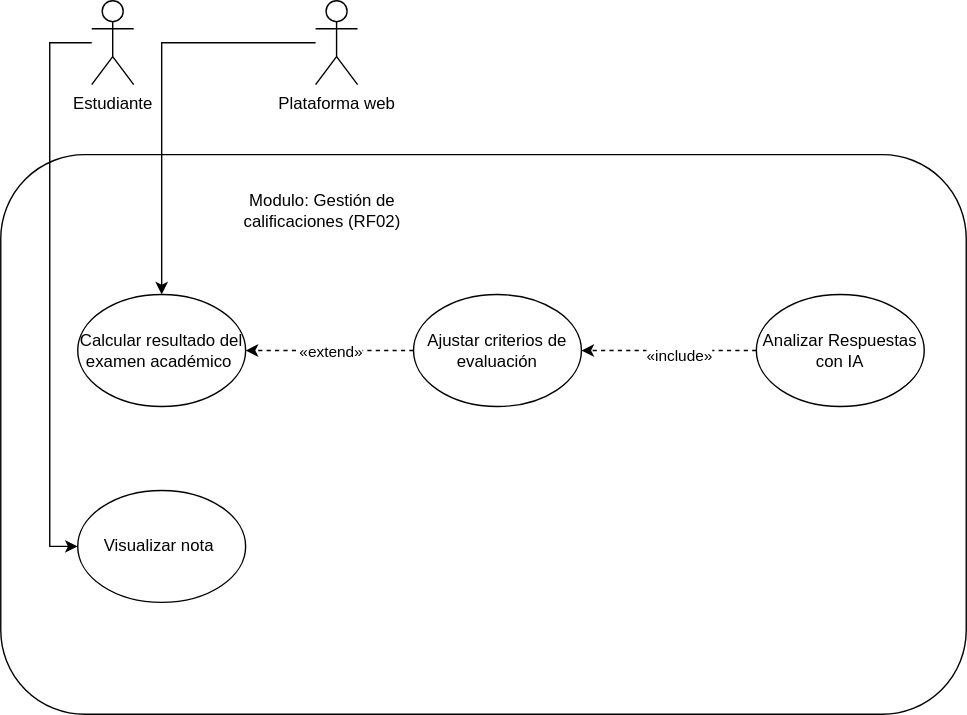
Earlier version of the draw.io export docs/diagrams/usecases/UCD-gestionDeCalificaciones.svg (Juanb7737/calificia). Source tidied: cells renumbered, new cells last; positions are measured from the earlier drawing's top-left corner, leaving out a move shared by most shapes.
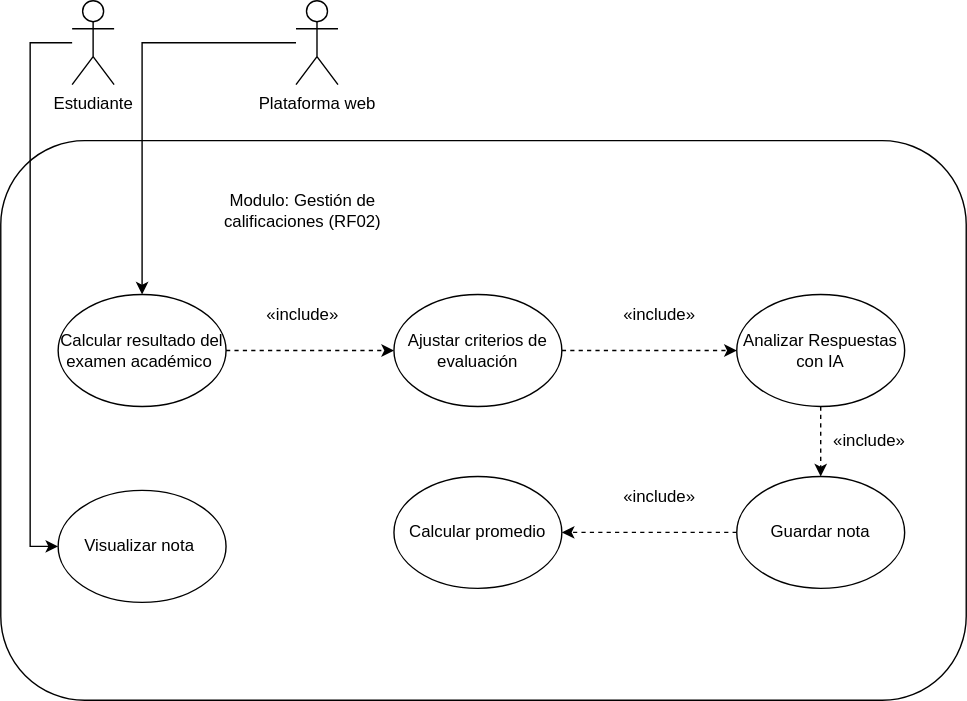
The same diagram one commit later.

What changed in the source:
```diff
@@ -3,30 +3,23 @@
     <mxCell id="0" />
     <mxCell id="1" parent="0" />
     <mxCell id="2" style="rounded=1;whiteSpace=wrap;html=1;" parent="1" vertex="1">
-      <mxGeometry y="110" width="690" height="400" as="geometry" />
+      <mxGeometry x="14" y="100" width="690" height="400" as="geometry" />
     </mxCell>
+    <mxCell id="16" style="edgeStyle=orthogonalEdgeStyle;rounded=0;jettySize=auto;html=1;exitX=1;exitY=0.5;exitDx=0;exitDy=0;dashed=1;" parent="1" edge="1" source="3" target="9">
+      <mxGeometry relative="1" as="geometry" />
+    </mxCell>
     <mxCell id="3" value="Calcular resultado del examen académico&amp;nbsp;" style="ellipse;whiteSpace=wrap;html=1;" parent="1" vertex="1">
       <mxGeometry x="55" y="210" width="120" height="80" as="geometry" />
     </mxCell>
-    <mxCell id="4" style="edgeStyle=orthogonalEdgeStyle;rounded=0;jettySize=auto;html=1;entryX=1;entryY=0.5;entryDx=0;entryDy=0;dashed=1;" parent="1" edge="1" source="6" target="9">
-      <mxGeometry relative="1" as="geometry" />
-    </mxCell>
-    <mxCell id="5" value="«include»" style="edgeLabel;html=1;align=center;verticalAlign=middle;" parent="4" vertex="1">
-      <mxGeometry x="-0.08" y="3" relative="1" as="geometry">
-        <mxPoint x="1" as="offset" />
-      </mxGeometry>
-    </mxCell>
+    <mxCell id="17" style="edgeStyle=orthogonalEdgeStyle;rounded=0;jettySize=auto;html=1;entryX=0.5;entryY=0;entryDx=0;entryDy=0;dashed=1;" parent="1" edge="1" source="6" target="20">
+      <mxGeometry relative="1" as="geometry" />
+    </mxCell>
     <mxCell id="6" value="Analizar Respuestas con IA" style="ellipse;whiteSpace=wrap;html=1;" parent="1" vertex="1">
       <mxGeometry x="540" y="210" width="120" height="80" as="geometry" />
     </mxCell>
-    <mxCell id="7" style="edgeStyle=orthogonalEdgeStyle;rounded=0;jettySize=auto;html=1;entryX=1;entryY=0.5;entryDx=0;entryDy=0;dashed=1;" parent="1" edge="1" source="9" target="3">
-      <mxGeometry relative="1" as="geometry" />
-    </mxCell>
-    <mxCell id="8" value="«extend»" style="edgeLabel;html=1;align=center;verticalAlign=middle;" parent="7" vertex="1">
-      <mxGeometry x="-0.29" y="-1" relative="1" as="geometry">
-        <mxPoint x="-17" y="1" as="offset" />
-      </mxGeometry>
-    </mxCell>
+    <mxCell id="18" style="edgeStyle=orthogonalEdgeStyle;rounded=0;jettySize=auto;html=1;entryX=0;entryY=0.5;entryDx=0;entryDy=0;dashed=1;" parent="1" edge="1" source="9" target="6">
+      <mxGeometry relative="1" as="geometry" />
+    </mxCell>
     <mxCell id="9" value="Ajustar criterios de evaluación" style="ellipse;whiteSpace=wrap;html=1;" parent="1" vertex="1">
       <mxGeometry x="295" y="210" width="120" height="80" as="geometry" />
     </mxCell>
@@ -57,5 +50,26 @@
     <mxCell id="15" value="Modulo: Gestión de calificaciones (RF02)" style="text;html=1;align=center;verticalAlign=middle;whiteSpace=wrap;rounded=0;" parent="1" vertex="1">
       <mxGeometry x="145" y="120" width="170" height="60" as="geometry" />
     </mxCell>
+    <mxCell id="19" style="edgeStyle=orthogonalEdgeStyle;rounded=0;jettySize=auto;html=1;entryX=1;entryY=0.5;entryDx=0;entryDy=0;dashed=1;" parent="1" edge="1" source="20" target="21">
+      <mxGeometry relative="1" as="geometry" />
+    </mxCell>
+    <mxCell id="20" value="Guardar nota" style="ellipse;whiteSpace=wrap;html=1;" parent="1" vertex="1">
+      <mxGeometry x="540" y="340" width="120" height="80" as="geometry" />
+    </mxCell>
+    <mxCell id="21" value="Calcular promedio" style="ellipse;whiteSpace=wrap;html=1;" parent="1" vertex="1">
+      <mxGeometry x="295" y="340" width="120" height="80" as="geometry" />
+    </mxCell>
+    <mxCell id="22" value="«include»" style="text;html=1;align=center;verticalAlign=middle;whiteSpace=wrap;rounded=0;" parent="1" vertex="1">
+      <mxGeometry x="605" y="300" width="60" height="30" as="geometry" />
+    </mxCell>
+    <mxCell id="23" value="«include»" style="text;html=1;align=center;verticalAlign=middle;whiteSpace=wrap;rounded=0;" parent="1" vertex="1">
+      <mxGeometry x="455" y="340" width="60" height="30" as="geometry" />
+    </mxCell>
+    <mxCell id="24" value="«include»" style="text;html=1;align=center;verticalAlign=middle;whiteSpace=wrap;rounded=0;" parent="1" vertex="1">
+      <mxGeometry x="455" y="210" width="60" height="30" as="geometry" />
+    </mxCell>
+    <mxCell id="25" value="«include»" style="text;html=1;align=center;verticalAlign=middle;whiteSpace=wrap;rounded=0;" parent="1" vertex="1">
+      <mxGeometry x="200" y="210" width="60" height="30" as="geometry" />
+    </mxCell>
   </root>
 </mxGraphModel>
```
